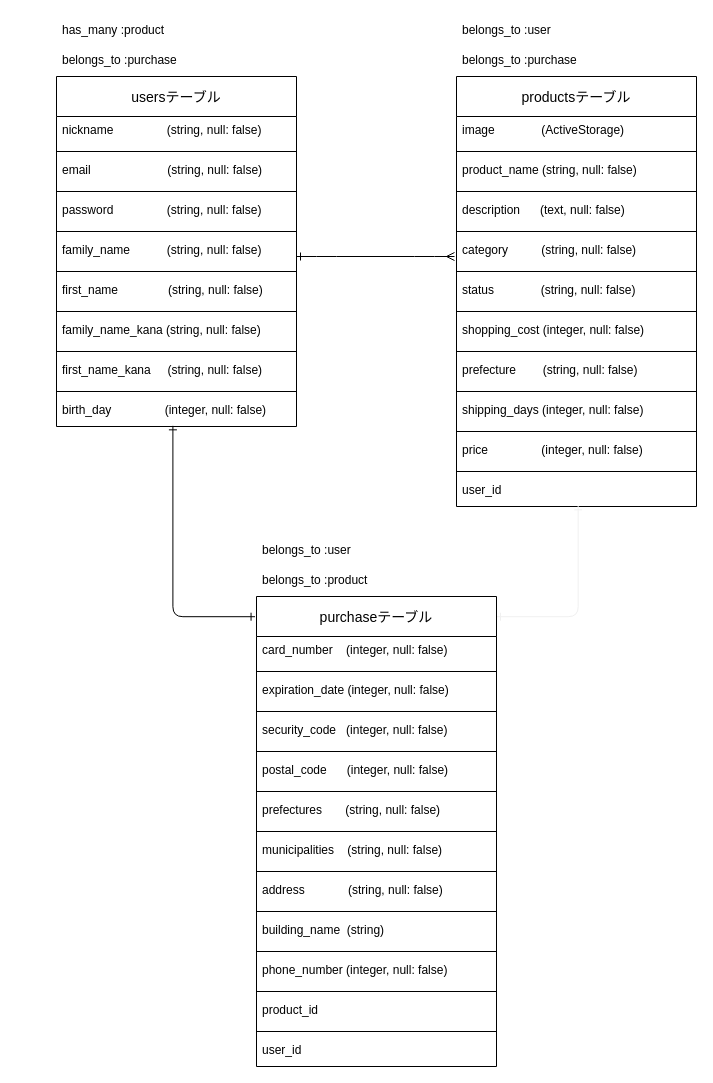
okurakota/furima-30558 keeps this draw.io diagram as ERD.dio. Above is the earlier version. Source tidied: cells renumbered, new cells numbered last; positions are measured from the earlier drawing's top-left corner, leaving out a move shared by most shapes. Both pictures are drawn from the tidied source at 100%, with x=0, y=0 at pixel (56, 16).
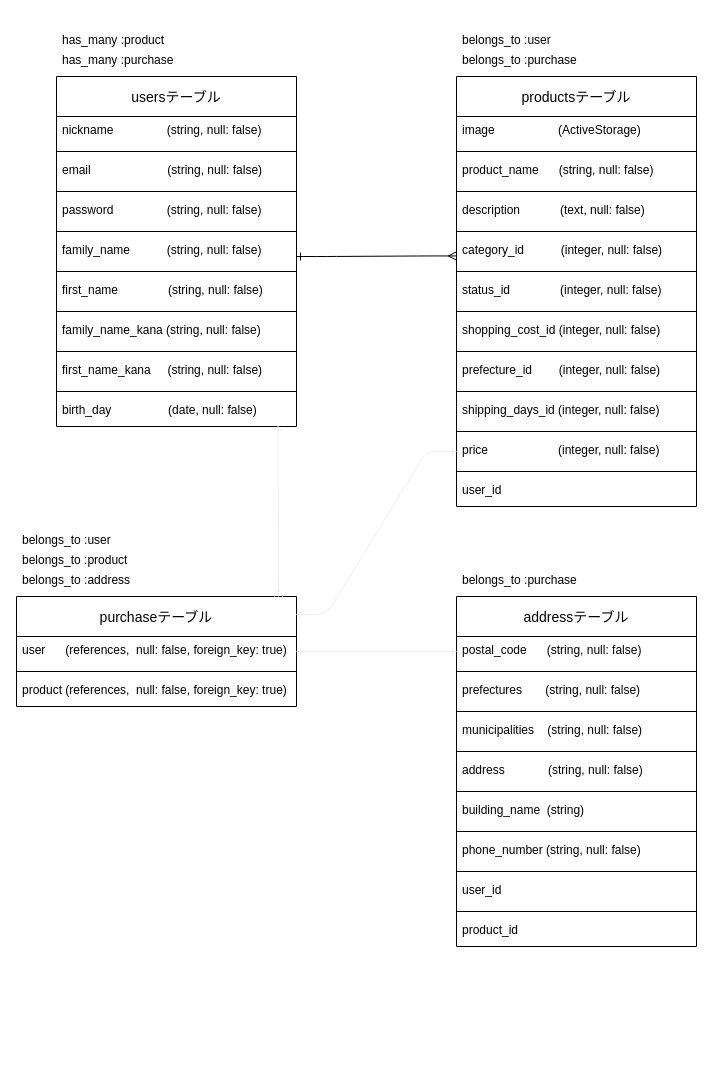
Above is the later version.

Commit message (it also covers changes not shown here):
ER図及びREADMEを修正

The change refers to these unchanged cells:
```xml
<mxCell id="2" value="usersテーブル" style="swimlane;fontStyle=0;horizontal=1;startSize=40;align=center;fontSize=14;spacing=0;" parent="1" vertex="1">
  <mxGeometry y="60" width="240" height="350" as="geometry" />
</mxCell>
<mxCell id="18" value="productsテーブル" style="swimlane;fontStyle=0;horizontal=1;startSize=40;align=center;fontSize=14;" parent="1" vertex="1">
  <mxGeometry x="400" y="60" width="240" height="430" as="geometry" />
</mxCell>
<mxCell id="37" value="user_id" style="text;strokeColor=none;fillColor=none;spacingLeft=4;spacingRight=4;overflow=hidden;points=[[0,0.5],[1,0.5]];portConstraint=eastwest;fontSize=12;" parent="18" vertex="1">
  <mxGeometry y="400" width="240" height="30" as="geometry" />
</mxCell>
```

Change to the diagram source:
```diff
@@
-    <mxCell id="17" value="birth_day                (integer, null: false)" style="text;strokeColor=none;fillColor=none;spacingLeft=4;spacingRight=4;overflow=hidden;points=[[0,0.5],[1,0.5]];portConstraint=eastwest;fontSize=12;" parent="2" vertex="1">
+    <mxCell id="17" value="birth_day                 (date, null: false)" style="text;strokeColor=none;fillColor=none;spacingLeft=4;spacingRight=4;overflow=hidden;points=[[0,0.5],[1,0.5]];portConstraint=eastwest;fontSize=12;" parent="2" vertex="1">
       <mxGeometry y="320" width="240" height="30" as="geometry" />
     </mxCell>
@@
-    <mxCell id="19" value="image              (ActiveStorage)" style="text;strokeColor=none;fillColor=none;spacingLeft=4;spacingRight=4;overflow=hidden;fontSize=12;" parent="18" vertex="1">
+    <mxCell id="19" value="image                   (ActiveStorage)" style="text;strokeColor=none;fillColor=none;spacingLeft=4;spacingRight=4;overflow=hidden;fontSize=12;" parent="18" vertex="1">
       <mxGeometry y="40" width="240" height="30" as="geometry" />
     </mxCell>
@@
-    <mxCell id="21" value="product_name (string, null: false)" style="text;strokeColor=none;fillColor=none;spacingLeft=4;spacingRight=4;overflow=hidden;fontSize=12;" parent="18" vertex="1">
+    <mxCell id="21" value="product_name      (string, null: false)" style="text;strokeColor=none;fillColor=none;spacingLeft=4;spacingRight=4;overflow=hidden;fontSize=12;" parent="18" vertex="1">
       <mxGeometry y="80" width="240" height="30" as="geometry" />
     </mxCell>
@@
-    <mxCell id="23" value="description      (text, null: false)" style="text;strokeColor=none;fillColor=none;spacingLeft=4;spacingRight=4;overflow=hidden;fontSize=12;" parent="18" vertex="1">
+    <mxCell id="23" value="description            (text, null: false)" style="text;strokeColor=none;fillColor=none;spacingLeft=4;spacingRight=4;overflow=hidden;fontSize=12;" parent="18" vertex="1">
       <mxGeometry y="120" width="240" height="30" as="geometry" />
     </mxCell>
@@
-    <mxCell id="25" value="category          (string, null: false)" style="text;strokeColor=none;fillColor=none;spacingLeft=4;spacingRight=4;overflow=hidden;points=[[0,0.5],[1,0.5]];portConstraint=eastwest;fontSize=12;" parent="18" vertex="1">
+    <mxCell id="25" value="category_id           (integer, null: false)" style="text;strokeColor=none;fillColor=none;spacingLeft=4;spacingRight=4;overflow=hidden;points=[[0,0.5],[1,0.5]];portConstraint=eastwest;fontSize=12;" parent="18" vertex="1">
       <mxGeometry y="160" width="240" height="30" as="geometry" />
     </mxCell>
@@
-    <mxCell id="27" value="status              (string, null: false)" style="text;strokeColor=none;fillColor=none;spacingLeft=4;spacingRight=4;overflow=hidden;fontSize=12;" parent="18" vertex="1">
+    <mxCell id="27" value="status_id               (integer, null: false)" style="text;strokeColor=none;fillColor=none;spacingLeft=4;spacingRight=4;overflow=hidden;fontSize=12;" parent="18" vertex="1">
       <mxGeometry y="200" width="240" height="30" as="geometry" />
     </mxCell>
@@
-    <mxCell id="29" value="shopping_cost (integer, null: false)" style="text;strokeColor=none;fillColor=none;spacingLeft=4;spacingRight=4;overflow=hidden;fontSize=12;" parent="18" vertex="1">
+    <mxCell id="29" value="shopping_cost_id (integer, null: false)" style="text;strokeColor=none;fillColor=none;spacingLeft=4;spacingRight=4;overflow=hidden;fontSize=12;" parent="18" vertex="1">
       <mxGeometry y="240" width="240" height="30" as="geometry" />
     </mxCell>
@@
-    <mxCell id="31" value="prefecture        (string, null: false)" style="text;strokeColor=none;fillColor=none;spacingLeft=4;spacingRight=4;overflow=hidden;fontSize=12;" parent="18" vertex="1">
+    <mxCell id="31" value="prefecture_id        (integer, null: false)" style="text;strokeColor=none;fillColor=none;spacingLeft=4;spacingRight=4;overflow=hidden;fontSize=12;" parent="18" vertex="1">
       <mxGeometry y="280" width="240" height="30" as="geometry" />
     </mxCell>
@@
-    <mxCell id="33" value="shipping_days (integer, null: false)" style="text;strokeColor=none;fillColor=none;spacingLeft=4;spacingRight=4;overflow=hidden;fontSize=12;" parent="18" vertex="1">
+    <mxCell id="33" value="shipping_days_id (integer, null: false)" style="text;strokeColor=none;fillColor=none;spacingLeft=4;spacingRight=4;overflow=hidden;fontSize=12;" parent="18" vertex="1">
       <mxGeometry y="320" width="240" height="30" as="geometry" />
     </mxCell>
@@
-    <mxCell id="35" value="price                (integer, null: false)" style="text;strokeColor=none;fillColor=none;spacingLeft=4;spacingRight=4;overflow=hidden;points=[[0,0.5],[1,0.5]];portConstraint=eastwest;fontSize=12;" parent="18" vertex="1">
+    <mxCell id="35" value="price                     (integer, null: false)" style="text;strokeColor=none;fillColor=none;spacingLeft=4;spacingRight=4;overflow=hidden;points=[[0,0.5],[1,0.5]];portConstraint=eastwest;fontSize=12;" parent="18" vertex="1">
       <mxGeometry y="360" width="240" height="30" as="geometry" />
     </mxCell>
@@
-    <mxCell id="38" style="edgeStyle=entityRelationEdgeStyle;fontSize=12;html=1;endArrow=ERmany;endFill=0;startArrow=ERone;startFill=0;" parent="1" edge="1">
+    <mxCell id="38" style="edgeStyle=entityRelationEdgeStyle;fontSize=12;html=1;endArrow=ERmany;endFill=0;startArrow=ERone;startFill=0;entryX=-0.001;entryY=0.648;entryDx=0;entryDy=0;entryPerimeter=0;" parent="1" edge="1" target="25">
       <mxGeometry relative="1" as="geometry">
         <mxPoint x="240" y="240" as="sourcePoint" />
-        <mxPoint x="398" y="240" as="targetPoint" />
       </mxGeometry>
     </mxCell>
-    <mxCell id="39" style="fontSize=12;html=1;endArrow=ERone;endFill=0;startArrow=ERone;startFill=0;exitX=0.485;exitY=0.978;exitDx=0;exitDy=0;exitPerimeter=0;edgeStyle=orthogonalEdgeStyle;entryX=-0.006;entryY=0.043;entryDx=0;entryDy=0;entryPerimeter=0;" parent="1" edge="1" source="17" target="41">
-      <mxGeometry relative="1" as="geometry">
-        <Array as="points">
-          <mxPoint x="116" y="600" />
-        </Array>
-      </mxGeometry>
-    </mxCell>
-    <mxCell id="40" style="fontSize=12;html=1;endArrow=ERone;startArrow=ERone;strokeColor=#f0f0f0;startFill=0;endFill=0;entryX=0.507;entryY=0.978;entryDx=0;entryDy=0;entryPerimeter=0;edgeStyle=orthogonalEdgeStyle;exitX=1;exitY=0.043;exitDx=0;exitDy=0;exitPerimeter=0;" parent="1" edge="1" source="41" target="37">
-      <mxGeometry relative="1" as="geometry">
-        <Array as="points">
-          <mxPoint x="522" y="600" />
-        </Array>
-      </mxGeometry>
-    </mxCell>
+    <mxCell id="63" value="has_many :purchase" style="text;strokeColor=none;fillColor=none;spacingLeft=4;spacingRight=4;overflow=hidden;fontSize=12;" parent="1" vertex="1">
+      <mxGeometry y="30" width="240" height="30" as="geometry" />
+    </mxCell>
+    <mxCell id="64" value="has_many :product" style="text;strokeColor=none;fillColor=none;spacingLeft=4;spacingRight=4;overflow=hidden;fontSize=12;" parent="1" vertex="1">
+      <mxGeometry y="10" width="240" height="30" as="geometry" />
+    </mxCell>
+    <mxCell id="65" value="belongs_to :purchase" style="text;strokeColor=none;fillColor=none;spacingLeft=4;spacingRight=4;overflow=hidden;fontSize=12;" parent="1" vertex="1">
+      <mxGeometry x="400" y="30" width="240" height="30" as="geometry" />
+    </mxCell>
+    <mxCell id="66" value="belongs_to :user" style="text;strokeColor=none;fillColor=none;spacingLeft=4;spacingRight=4;overflow=hidden;fontSize=12;" parent="1" vertex="1">
+      <mxGeometry x="400" y="10" width="240" height="30" as="geometry" />
+    </mxCell>
-    <mxCell id="41" value="purchaseテーブル" style="swimlane;fontStyle=0;horizontal=1;startSize=40;align=center;fontSize=14;" parent="1" vertex="1">
-      <mxGeometry x="200" y="580" width="240" height="470" as="geometry" />
+    <mxCell id="41" value="addressテーブル" style="swimlane;fontStyle=0;horizontal=1;startSize=40;align=center;fontSize=14;" parent="1" vertex="1">
+      <mxGeometry x="400" y="580" width="240" height="350" as="geometry" />
     </mxCell>
-    <mxCell id="42" value="card_number    (integer, null: false)" style="text;strokeColor=none;fillColor=none;spacingLeft=4;spacingRight=4;overflow=hidden;fontSize=12;" parent="41" vertex="1">
-      <mxGeometry y="40" width="240" height="30" as="geometry" />
-    </mxCell>
-    <mxCell id="43" style="line;strokeWidth=1;dashed=0;labelPosition=right;align=left;verticalAlign=middle;spacingTop=0;spacingLeft=6;" parent="41" vertex="1">
-      <mxGeometry y="70" width="240" height="10" as="geometry" />
-    </mxCell>
-    <mxCell id="44" value="expiration_date (integer, null: false)" style="text;strokeColor=none;fillColor=none;spacingLeft=4;spacingRight=4;overflow=hidden;fontSize=12;" parent="41" vertex="1">
-      <mxGeometry y="80" width="240" height="30" as="geometry" />
-    </mxCell>
-    <mxCell id="45" style="line;strokeWidth=1;dashed=0;labelPosition=right;align=left;verticalAlign=middle;spacingTop=0;spacingLeft=6;" parent="41" vertex="1">
-      <mxGeometry y="110" width="240" height="10" as="geometry" />
-    </mxCell>
-    <mxCell id="46" value="security_code   (integer, null: false)" style="text;strokeColor=none;fillColor=none;spacingLeft=4;spacingRight=4;overflow=hidden;fontSize=12;" parent="41" vertex="1">
-      <mxGeometry y="120" width="240" height="30" as="geometry" />
-    </mxCell>
-    <mxCell id="47" style="line;strokeWidth=1;dashed=0;labelPosition=right;align=left;verticalAlign=middle;spacingTop=0;spacingLeft=6;" parent="41" vertex="1">
-      <mxGeometry y="150" width="240" height="10" as="geometry" />
-    </mxCell>
-    <mxCell id="48" value="postal_code      (integer, null: false)" style="text;strokeColor=none;fillColor=none;spacingLeft=4;spacingRight=4;overflow=hidden;points=[[0,0.5],[1,0.5]];portConstraint=eastwest;fontSize=12;" parent="41" vertex="1">
-      <mxGeometry y="160" width="240" height="30" as="geometry" />
+    <mxCell id="48" value="postal_code      (string, null: false)" style="text;strokeColor=none;fillColor=none;spacingLeft=4;spacingRight=4;overflow=hidden;points=[[0,0.5],[1,0.5]];portConstraint=eastwest;fontSize=12;" parent="41" vertex="1">
+      <mxGeometry y="40" width="240" height="30" as="geometry" />
     </mxCell>
     <mxCell id="49" style="line;strokeWidth=1;dashed=0;labelPosition=right;align=left;verticalAlign=middle;spacingTop=0;spacingLeft=6;" parent="41" vertex="1">
-      <mxGeometry y="190" width="240" height="10" as="geometry" />
+      <mxGeometry y="70" width="240" height="10" as="geometry" />
     </mxCell>
     <mxCell id="50" value="prefectures       (string, null: false)" style="text;strokeColor=none;fillColor=none;spacingLeft=4;spacingRight=4;overflow=hidden;fontSize=12;" parent="41" vertex="1">
-      <mxGeometry y="200" width="240" height="30" as="geometry" />
+      <mxGeometry y="80" width="240" height="30" as="geometry" />
     </mxCell>
     <mxCell id="51" style="line;strokeWidth=1;dashed=0;labelPosition=right;align=left;verticalAlign=middle;spacingTop=0;spacingLeft=6;" parent="41" vertex="1">
-      <mxGeometry y="230" width="240" height="10" as="geometry" />
+      <mxGeometry y="110" width="240" height="10" as="geometry" />
     </mxCell>
     <mxCell id="52" value="municipalities    (string, null: false)" style="text;strokeColor=none;fillColor=none;spacingLeft=4;spacingRight=4;overflow=hidden;fontSize=12;" parent="41" vertex="1">
-      <mxGeometry y="240" width="240" height="30" as="geometry" />
+      <mxGeometry y="120" width="240" height="30" as="geometry" />
     </mxCell>
     <mxCell id="53" style="line;strokeWidth=1;dashed=0;labelPosition=right;align=left;verticalAlign=middle;spacingTop=0;spacingLeft=6;" parent="41" vertex="1">
-      <mxGeometry y="270" width="240" height="10" as="geometry" />
+      <mxGeometry y="150" width="240" height="10" as="geometry" />
     </mxCell>
     <mxCell id="54" value="address             (string, null: false)" style="text;strokeColor=none;fillColor=none;spacingLeft=4;spacingRight=4;overflow=hidden;fontSize=12;" parent="41" vertex="1">
-      <mxGeometry y="280" width="240" height="30" as="geometry" />
+      <mxGeometry y="160" width="240" height="30" as="geometry" />
     </mxCell>
     <mxCell id="55" style="line;strokeWidth=1;dashed=0;labelPosition=right;align=left;verticalAlign=middle;spacingTop=0;spacingLeft=6;" parent="41" vertex="1">
-      <mxGeometry y="310" width="240" height="10" as="geometry" />
+      <mxGeometry y="190" width="240" height="10" as="geometry" />
     </mxCell>
     <mxCell id="56" value="building_name  (string)" style="text;strokeColor=none;fillColor=none;spacingLeft=4;spacingRight=4;overflow=hidden;fontSize=12;" parent="41" vertex="1">
-      <mxGeometry y="320" width="240" height="30" as="geometry" />
+      <mxGeometry y="200" width="240" height="30" as="geometry" />
     </mxCell>
     <mxCell id="57" style="line;strokeWidth=1;dashed=0;labelPosition=right;align=left;verticalAlign=middle;spacingTop=0;spacingLeft=6;" parent="41" vertex="1">
-      <mxGeometry y="350" width="240" height="10" as="geometry" />
+      <mxGeometry y="230" width="240" height="10" as="geometry" />
     </mxCell>
-    <mxCell id="58" value="phone_number (integer, null: false)" style="text;strokeColor=none;fillColor=none;spacingLeft=4;spacingRight=4;overflow=hidden;fontSize=12;" parent="41" vertex="1">
-      <mxGeometry y="360" width="240" height="30" as="geometry" />
+    <mxCell id="58" value="phone_number (string, null: false)" style="text;strokeColor=none;fillColor=none;spacingLeft=4;spacingRight=4;overflow=hidden;fontSize=12;" parent="41" vertex="1">
+      <mxGeometry y="240" width="240" height="30" as="geometry" />
     </mxCell>
     <mxCell id="59" style="line;strokeWidth=1;dashed=0;labelPosition=right;align=left;verticalAlign=middle;spacingTop=0;spacingLeft=6;" parent="41" vertex="1">
-      <mxGeometry y="390" width="240" height="10" as="geometry" />
+      <mxGeometry y="270" width="240" height="10" as="geometry" />
     </mxCell>
+    <mxCell id="62" value="user_id" style="text;strokeColor=none;fillColor=none;spacingLeft=4;spacingRight=4;overflow=hidden;fontSize=12;" parent="41" vertex="1">
+      <mxGeometry y="280" width="240" height="30" as="geometry" />
+    </mxCell>
+    <mxCell id="61" style="line;strokeWidth=1;dashed=0;labelPosition=right;align=left;verticalAlign=middle;spacingTop=0;spacingLeft=6;" parent="41" vertex="1">
+      <mxGeometry y="310" width="240" height="10" as="geometry" />
+    </mxCell>
     <mxCell id="60" value="product_id" style="text;strokeColor=none;fillColor=none;spacingLeft=4;spacingRight=4;overflow=hidden;fontSize=12;" parent="41" vertex="1">
-      <mxGeometry y="400" width="240" height="30" as="geometry" />
+      <mxGeometry y="320" width="240" height="30" as="geometry" />
     </mxCell>
-    <mxCell id="61" style="line;strokeWidth=1;dashed=0;labelPosition=right;align=left;verticalAlign=middle;spacingTop=0;spacingLeft=6;" parent="41" vertex="1">
-      <mxGeometry y="430" width="240" height="10" as="geometry" />
-    </mxCell>
-    <mxCell id="62" value="user_id" style="text;strokeColor=none;fillColor=none;spacingLeft=4;spacingRight=4;overflow=hidden;fontSize=12;" parent="41" vertex="1">
-      <mxGeometry y="440" width="240" height="30" as="geometry" />
-    </mxCell>
-    <mxCell id="63" value="belongs_to :purchase" style="text;strokeColor=none;fillColor=none;spacingLeft=4;spacingRight=4;overflow=hidden;fontSize=12;" parent="1" vertex="1">
-      <mxGeometry y="30" width="240" height="30" as="geometry" />
-    </mxCell>
-    <mxCell id="64" value="has_many :product" style="text;strokeColor=none;fillColor=none;spacingLeft=4;spacingRight=4;overflow=hidden;fontSize=12;" parent="1" vertex="1">
-      <mxGeometry width="240" height="30" as="geometry" />
-    </mxCell>
-    <mxCell id="65" value="belongs_to :purchase" style="text;strokeColor=none;fillColor=none;spacingLeft=4;spacingRight=4;overflow=hidden;fontSize=12;" parent="1" vertex="1">
-      <mxGeometry x="400" y="30" width="240" height="30" as="geometry" />
-    </mxCell>
-    <mxCell id="66" value="belongs_to :user" style="text;strokeColor=none;fillColor=none;spacingLeft=4;spacingRight=4;overflow=hidden;fontSize=12;" parent="1" vertex="1">
-      <mxGeometry x="400" width="240" height="30" as="geometry" />
-    </mxCell>
+    <mxCell id="69" value="purchaseテーブル" style="swimlane;fontStyle=0;horizontal=1;startSize=40;align=center;fontSize=14;" parent="1" vertex="1">
+      <mxGeometry x="-40" y="580" width="280" height="110" as="geometry" />
+    </mxCell>
+    <mxCell id="70" value="user      (references,  null: false, foreign_key: true)" style="text;strokeColor=none;fillColor=none;spacingLeft=4;spacingRight=4;overflow=hidden;points=[[0,0.5],[1,0.5]];portConstraint=eastwest;fontSize=12;" parent="69" vertex="1">
+      <mxGeometry y="40" width="280" height="30" as="geometry" />
+    </mxCell>
+    <mxCell id="71" style="line;strokeWidth=1;dashed=0;labelPosition=right;align=left;verticalAlign=middle;spacingTop=0;spacingLeft=6;" parent="69" vertex="1">
+      <mxGeometry y="70" width="280" height="10" as="geometry" />
+    </mxCell>
+    <mxCell id="72" value="product (references,  null: false, foreign_key: true)" style="text;strokeColor=none;fillColor=none;spacingLeft=4;spacingRight=4;overflow=hidden;fontSize=12;" parent="69" vertex="1">
+      <mxGeometry y="80" width="280" height="30" as="geometry" />
+    </mxCell>
+    <mxCell id="73" style="fontSize=12;html=1;endArrow=ERone;endFill=1;strokeColor=#f0f0f0;entryX=0.923;entryY=0.981;entryDx=0;entryDy=0;startArrow=ERmany;startFill=0;entryPerimeter=0;" parent="1" edge="1" target="17">
+      <mxGeometry relative="1" as="geometry">
+        <mxPoint x="222" y="580" as="sourcePoint" />
+      </mxGeometry>
+    </mxCell>
+    <mxCell id="74" style="fontSize=12;html=1;endArrow=ERone;endFill=1;strokeColor=#f0f0f0;exitX=1;exitY=0.5;exitDx=0;exitDy=0;entryX=0;entryY=0.5;entryDx=0;entryDy=0;startArrow=ERone;startFill=0;" parent="1" edge="1" source="70" target="48">
+      <mxGeometry relative="1" as="geometry" />
+    </mxCell>
+    <mxCell id="75" style="edgeStyle=entityRelationEdgeStyle;fontSize=12;html=1;endArrow=ERone;endFill=1;strokeColor=#f0f0f0;entryX=0;entryY=0.5;entryDx=0;entryDy=0;startArrow=ERone;startFill=0;" parent="1" edge="1" target="35">
+      <mxGeometry relative="1" as="geometry">
+        <mxPoint x="240" y="598" as="sourcePoint" />
+      </mxGeometry>
+    </mxCell>
+    <mxCell id="76" value="belongs_to :purchase" style="text;strokeColor=none;fillColor=none;spacingLeft=4;spacingRight=4;overflow=hidden;fontSize=12;" parent="1" vertex="1">
+      <mxGeometry x="400" y="550" width="240" height="30" as="geometry" />
+    </mxCell>
+    <mxCell id="77" value="belongs_to :address" style="text;strokeColor=none;fillColor=none;spacingLeft=4;spacingRight=4;overflow=hidden;fontSize=12;" parent="1" vertex="1">
+      <mxGeometry x="-40" y="550" width="280" height="30" as="geometry" />
+    </mxCell>
     <mxCell id="67" value="belongs_to :product" style="text;strokeColor=none;fillColor=none;spacingLeft=4;spacingRight=4;overflow=hidden;fontSize=12;" parent="1" vertex="1">
-      <mxGeometry x="200" y="550" width="240" height="30" as="geometry" />
+      <mxGeometry x="-40" y="530" width="280" height="30" as="geometry" />
     </mxCell>
     <mxCell id="68" value="belongs_to :user" style="text;strokeColor=none;fillColor=none;spacingLeft=4;spacingRight=4;overflow=hidden;fontSize=12;" parent="1" vertex="1">
-      <mxGeometry x="200" y="520" width="240" height="30" as="geometry" />
+      <mxGeometry x="-40" y="510" width="280" height="30" as="geometry" />
     </mxCell>
```
